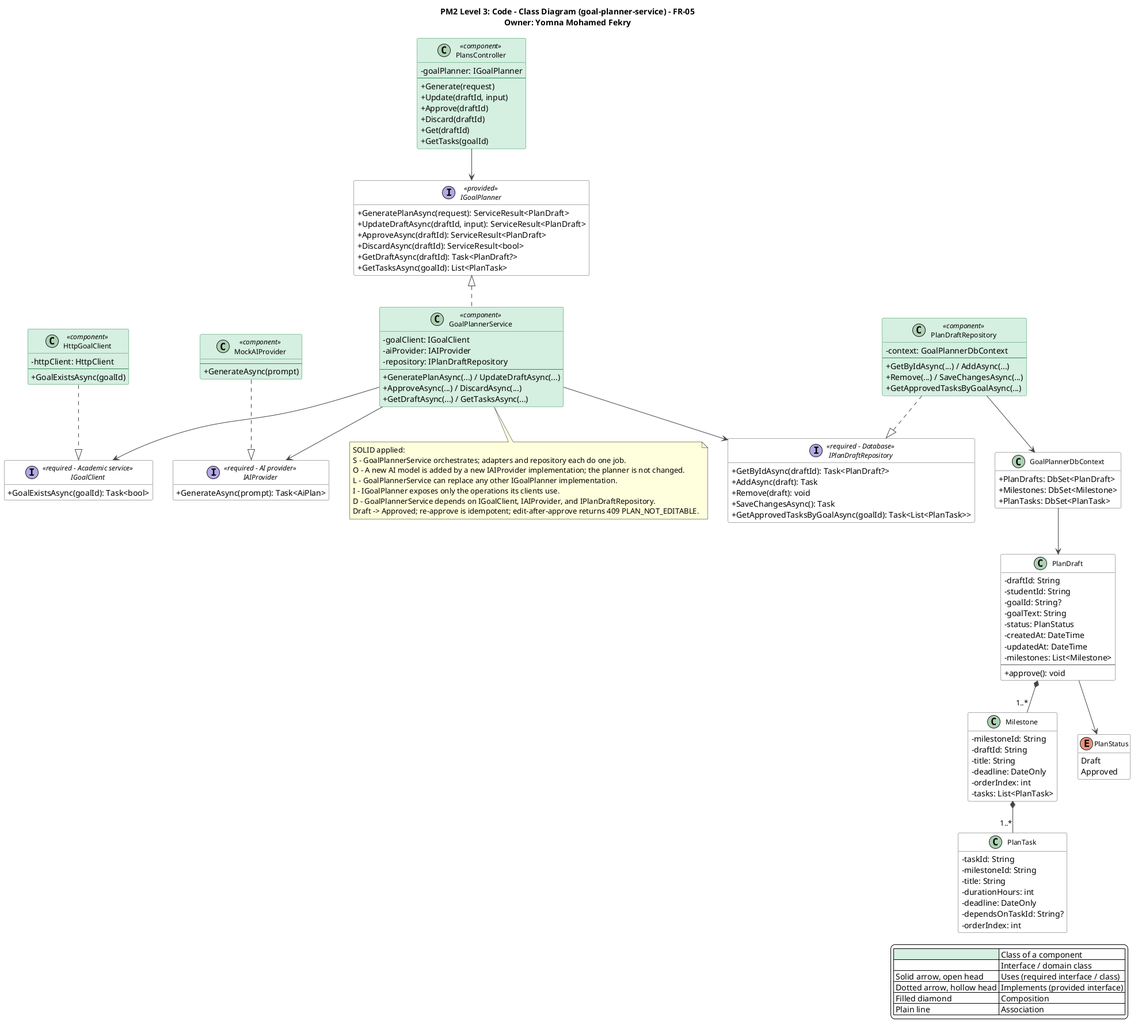
This is docs/PM2/Part A — Design/Class Diagram/05-goal-planner-service.png from AIU-SoftWave/Aspirra, a PlantUML export, as it was before one commit.
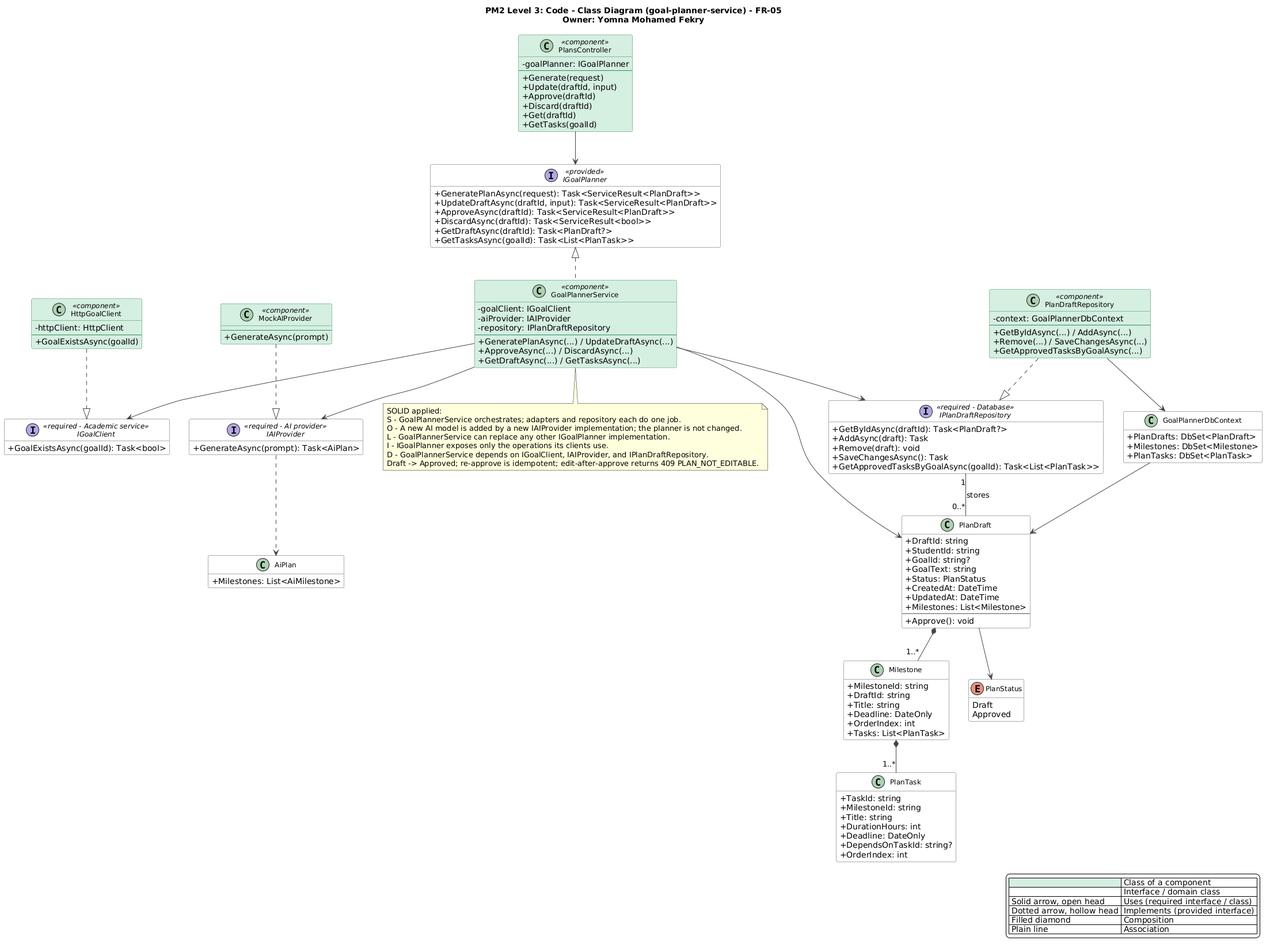
The same file after the commit.

Diff of the diagram source:
```diff
@@ -31,12 +31,12 @@
 endlegend
 
 interface IGoalPlanner <<provided>> {
-  +GeneratePlanAsync(request): ServiceResult<PlanDraft>
-  +UpdateDraftAsync(draftId, input): ServiceResult<PlanDraft>
-  +ApproveAsync(draftId): ServiceResult<PlanDraft>
-  +DiscardAsync(draftId): ServiceResult<bool>
+  +GeneratePlanAsync(request): Task<ServiceResult<PlanDraft>>
+  +UpdateDraftAsync(draftId, input): Task<ServiceResult<PlanDraft>>
+  +ApproveAsync(draftId): Task<ServiceResult<PlanDraft>>
+  +DiscardAsync(draftId): Task<ServiceResult<bool>>
   +GetDraftAsync(draftId): Task<PlanDraft?>
-  +GetTasksAsync(goalId): List<PlanTask>
+  +GetTasksAsync(goalId): Task<List<PlanTask>>
 }
 
 class PlansController <<component>> {
@@ -101,34 +101,38 @@
   +PlanTasks: DbSet<PlanTask>
 }
 
+class AiPlan {
+  +Milestones: List<AiMilestone>
+}
+
 class PlanDraft {
-  -draftId: String
-  -studentId: String
-  -goalId: String?
-  -goalText: String
-  -status: PlanStatus
-  -createdAt: DateTime
-  -updatedAt: DateTime
-  -milestones: List<Milestone>
+  +DraftId: string
+  +StudentId: string
+  +GoalId: string?
+  +GoalText: string
+  +Status: PlanStatus
+  +CreatedAt: DateTime
+  +UpdatedAt: DateTime
+  +Milestones: List<Milestone>
   --
-  +approve(): void
+  +Approve(): void
 }
 class Milestone {
-  -milestoneId: String
-  -draftId: String
-  -title: String
-  -deadline: DateOnly
-  -orderIndex: int
-  -tasks: List<PlanTask>
+  +MilestoneId: string
+  +DraftId: string
+  +Title: string
+  +Deadline: DateOnly
+  +OrderIndex: int
+  +Tasks: List<PlanTask>
 }
 class PlanTask {
-  -taskId: String
-  -milestoneId: String
-  -title: String
-  -durationHours: int
-  -deadline: DateOnly
-  -dependsOnTaskId: String?
-  -orderIndex: int
+  +TaskId: string
+  +MilestoneId: string
+  +Title: string
+  +DurationHours: int
+  +Deadline: DateOnly
+  +DependsOnTaskId: string?
+  +OrderIndex: int
 }
 enum PlanStatus {
   Draft
@@ -140,6 +144,9 @@
 GoalPlannerService --> IGoalClient
 GoalPlannerService --> IAIProvider
 GoalPlannerService --> IPlanDraftRepository
+GoalPlannerService --> PlanDraft
+IAIProvider ..> AiPlan
+IPlanDraftRepository "1" -- "0..*" PlanDraft : stores
 HttpGoalClient ..|> IGoalClient
 MockAIProvider ..|> IAIProvider
 PlanDraftRepository ..|> IPlanDraftRepository
```
